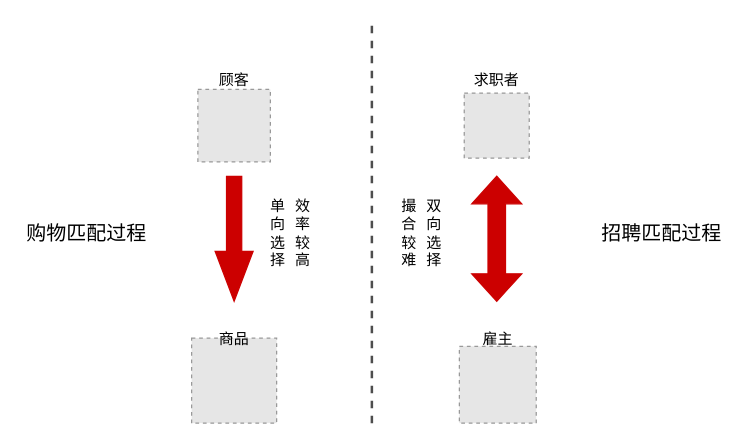
The draw.io diagram zhongxin1.drawio in Wenxuan-Xiao/ai20projects, before the edit. Source tidied: cells renumbered, new cells numbered last; positions are measured from the earlier drawing's top-left corner, leaving out a move shared by most shapes. Both pictures are drawn from the tidied source at 125%, with x=0, y=0 at pixel (21, 22). Pictures stored in the file or linked from it are replaced by grey dashed boxes.
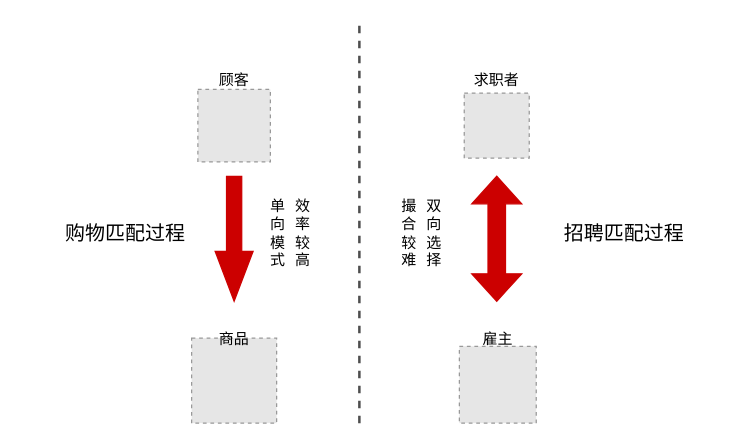
The same page after the edit.

The change refers to these unchanged cells:
```xml
<mxCell id="2" style="group;" parent="1" vertex="1">
  <mxGeometry width="564.2" height="320" as="geometry" />
</mxCell>
```

What changed in the source:
```diff
@@
     <mxCell id="5" style="endArrow=none;dashed=1;html=1;strokeWidth=2;startSize=14;endSize=14;sourcePerimeterSpacing=8;targetPerimeterSpacing=8;strokeColor=#4D4D4D;rounded=1;" parent="2" edge="1">
       <mxGeometry relative="1" as="geometry">
-        <mxPoint x="280" y="320" as="sourcePoint" />
-        <mxPoint x="280" as="targetPoint" />
+        <mxPoint x="270" y="320" as="sourcePoint" />
+        <mxPoint x="270" as="targetPoint" />
       </mxGeometry>
     </mxCell>
@@
     <mxCell id="14" value="&lt;font face=&quot;黑体&quot; style=&quot;font-size: 16px&quot;&gt;购物匹配过程&lt;/font&gt;" style="text;html=1;strokeColor=none;fillColor=none;align=center;verticalAlign=middle;whiteSpace=wrap;rounded=0;hachureGap=4;" parent="2" vertex="1">
-      <mxGeometry y="147.5" width="104.2" height="40" as="geometry" />
+      <mxGeometry x="31.5" y="147.5" width="104.2" height="40" as="geometry" />
     </mxCell>
     <mxCell id="15" value="&lt;font face=&quot;黑体&quot; style=&quot;font-size: 16px&quot;&gt;招聘匹配过程&lt;/font&gt;" style="text;html=1;strokeColor=none;fillColor=none;align=center;verticalAlign=middle;whiteSpace=wrap;rounded=0;hachureGap=4;" parent="2" vertex="1">
-      <mxGeometry x="460" y="147.5" width="104.2" height="40" as="geometry" />
+      <mxGeometry x="429.9" y="147.5" width="104.2" height="40" as="geometry" />
     </mxCell>
-    <mxCell id="16" value="&lt;font face=&quot;黑体&quot; style=&quot;font-size: 12px&quot;&gt;单向选择&lt;/font&gt;" style="text;html=1;strokeColor=none;fillColor=none;align=center;verticalAlign=middle;whiteSpace=wrap;rounded=0;hachureGap=4;" parent="2" vertex="1">
+    <mxCell id="16" value="&lt;font face=&quot;黑体&quot; style=&quot;font-size: 12px&quot;&gt;单向模式&lt;/font&gt;" style="text;html=1;strokeColor=none;fillColor=none;align=center;verticalAlign=middle;whiteSpace=wrap;rounded=0;hachureGap=4;" parent="2" vertex="1">
       <mxGeometry x="194.9" y="122.5" width="20" height="90" as="geometry" />
     </mxCell>
```
